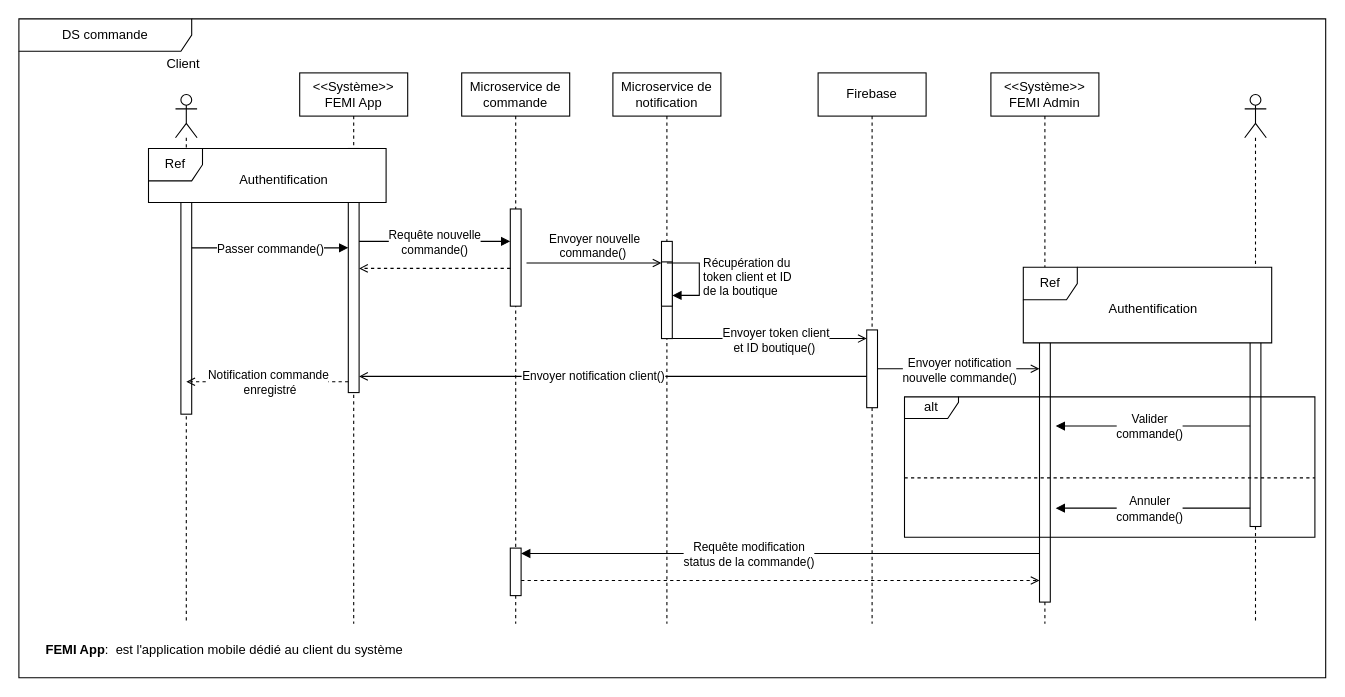
Above: page "DS-3-GESTION-COMMANDE" (7 of 10) of Diagramme cas d'utiilisation katina.drawio in kbvac/Diagramme-UML (draw.io), before the change. Source tidied: cells renumbered, new cells numbered last; positions are measured from the earlier drawing's top-left corner, leaving out a move shared by most shapes. Both pictures are drawn from the tidied source at 108%, with x=0, y=0 at pixel (18, 18).
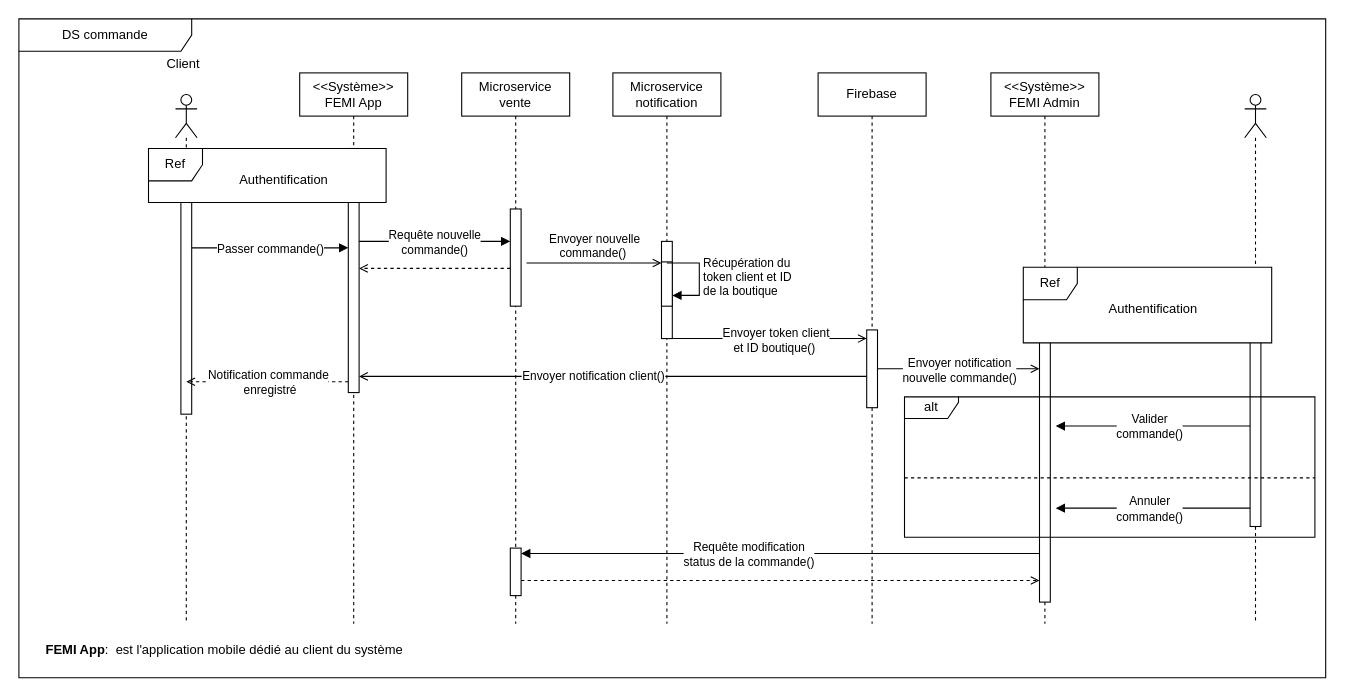
After the change.

The change refers to these unchanged cells:
```xml
<mxCell id="8" value="DS commande" style="shape=umlFrame;whiteSpace=wrap;html=1;width=160;" parent="1" vertex="1">
  <mxGeometry width="1210" height="610" as="geometry" />
</mxCell>
```

Diff of the diagram source:
```diff
@@
-    <mxCell id="14" value="Microservice de commande" style="shape=umlLifeline;perimeter=lifelinePerimeter;whiteSpace=wrap;html=1;newEdgeStyle={&quot;edgeStyle&quot;:&quot;elbowEdgeStyle&quot;,&quot;elbow&quot;:&quot;vertical&quot;,&quot;curved&quot;:0,&quot;rounded&quot;:0};" parent="8" vertex="1">
+    <mxCell id="14" value="Microservice vente" style="shape=umlLifeline;perimeter=lifelinePerimeter;whiteSpace=wrap;html=1;newEdgeStyle={&quot;edgeStyle&quot;:&quot;elbowEdgeStyle&quot;,&quot;elbow&quot;:&quot;vertical&quot;,&quot;curved&quot;:0,&quot;rounded&quot;:0};" parent="8" vertex="1">
       <mxGeometry x="410" y="50" width="100" height="510" as="geometry" />
     </mxCell>
@@
-    <mxCell id="17" value="Microservice de notification" style="shape=umlLifeline;perimeter=lifelinePerimeter;whiteSpace=wrap;html=1;newEdgeStyle={&quot;edgeStyle&quot;:&quot;elbowEdgeStyle&quot;,&quot;elbow&quot;:&quot;vertical&quot;,&quot;curved&quot;:0,&quot;rounded&quot;:0};" parent="8" vertex="1">
+    <mxCell id="17" value="Microservice notification" style="shape=umlLifeline;perimeter=lifelinePerimeter;whiteSpace=wrap;html=1;newEdgeStyle={&quot;edgeStyle&quot;:&quot;elbowEdgeStyle&quot;,&quot;elbow&quot;:&quot;vertical&quot;,&quot;curved&quot;:0,&quot;rounded&quot;:0};" parent="8" vertex="1">
       <mxGeometry x="550" y="50" width="100" height="510" as="geometry" />
     </mxCell>
```
